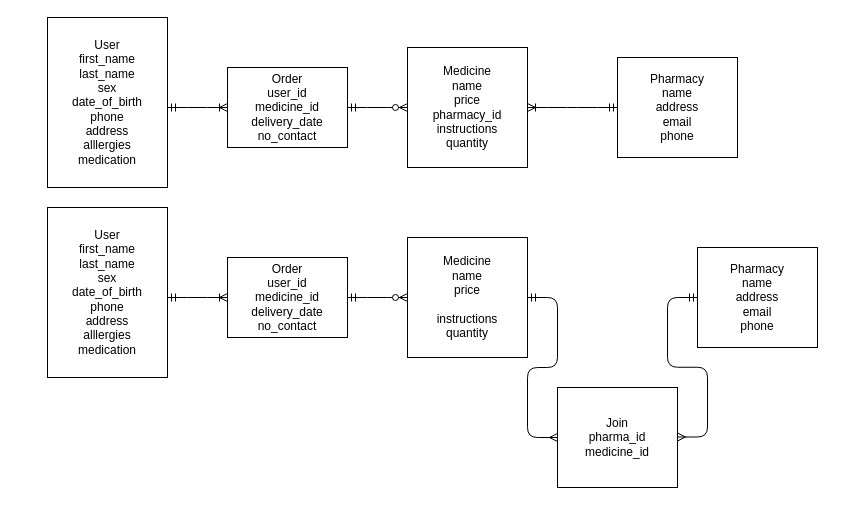
gbenga/mod5-project-backend keeps this draw.io diagram as models.drawio. Above is the earlier version. Source tidied: cells renumbered, new cells numbered last; positions are measured from the earlier drawing's top-left corner, leaving out a move shared by most shapes. Both pictures are drawn from the tidied source at 100%, with x=0, y=0 at pixel (47, 17).
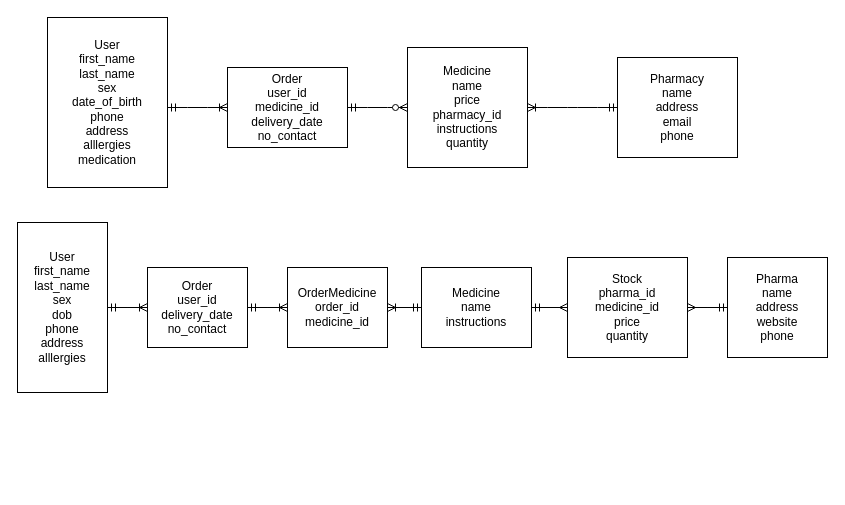
The same page after the edit.

Commit message:
Update models diagram to reflect new relationships

Change to the diagram source:
```diff
@@
-    <mxCell id="9" value="User&lt;br&gt;first_name&lt;br&gt;last_name&lt;br&gt;sex&lt;br&gt;date_of_birth&lt;br&gt;phone&lt;br&gt;address&lt;br&gt;alllergies&lt;br&gt;medication" style="rounded=0;whiteSpace=wrap;html=1;" parent="1" vertex="1">
-      <mxGeometry y="190" width="120" height="170" as="geometry" />
+    <mxCell id="9" value="User&lt;br&gt;first_name&lt;br&gt;last_name&lt;br&gt;sex&lt;br&gt;dob&lt;br&gt;phone&lt;br&gt;address&lt;br&gt;alllergies" style="rounded=0;whiteSpace=wrap;html=1;" parent="1" vertex="1">
+      <mxGeometry x="-30" y="205" width="90" height="170" as="geometry" />
     </mxCell>
-    <mxCell id="10" value="Pharmacy&lt;br&gt;name&lt;br&gt;address&lt;br&gt;email&lt;br&gt;phone" style="rounded=0;whiteSpace=wrap;html=1;" parent="1" vertex="1">
-      <mxGeometry x="650" y="230" width="120" height="100" as="geometry" />
+    <mxCell id="10" value="Pharma&lt;br&gt;name&lt;br&gt;address&lt;br&gt;website&lt;br&gt;phone" style="rounded=0;whiteSpace=wrap;html=1;" parent="1" vertex="1">
+      <mxGeometry x="680" y="240" width="100" height="100" as="geometry" />
     </mxCell>
-    <mxCell id="11" value="Order&lt;br&gt;user_id&lt;br&gt;medicine_id&lt;br&gt;delivery_date&lt;br&gt;no_contact" style="rounded=0;whiteSpace=wrap;html=1;" parent="1" vertex="1">
-      <mxGeometry x="180" y="240" width="120" height="80" as="geometry" />
+    <mxCell id="11" value="Order&lt;br&gt;user_id&lt;br&gt;delivery_date&lt;br&gt;no_contact" style="rounded=0;whiteSpace=wrap;html=1;" parent="1" vertex="1">
+      <mxGeometry x="100" y="250" width="100" height="80" as="geometry" />
     </mxCell>
-    <mxCell id="12" value="Medicine&lt;br&gt;name&lt;br&gt;price&lt;br&gt;&lt;br&gt;instructions&lt;br&gt;quantity" style="rounded=0;whiteSpace=wrap;html=1;" parent="1" vertex="1">
-      <mxGeometry x="360" y="220" width="120" height="120" as="geometry" />
+    <mxCell id="12" value="Medicine&lt;br&gt;name&lt;br&gt;instructions" style="rounded=0;whiteSpace=wrap;html=1;" parent="1" vertex="1">
+      <mxGeometry x="374" y="250" width="110" height="80" as="geometry" />
     </mxCell>
@@
-    <mxCell id="14" style="edgeStyle=entityRelationEdgeStyle;fontSize=12;html=1;endArrow=ERoneToMany;startArrow=ERmandOne;entryX=0;entryY=0.5;entryDx=0;entryDy=0;" parent="1" edge="1" target="11">
-      <mxGeometry relative="1" as="geometry">
-        <mxPoint x="120" y="280" as="sourcePoint" />
-      </mxGeometry>
+    <mxCell id="14" style="edgeStyle=entityRelationEdgeStyle;fontSize=12;html=1;endArrow=ERoneToMany;startArrow=ERmandOne;entryX=0;entryY=0.5;entryDx=0;entryDy=0;exitX=1;exitY=0.5;exitDx=0;exitDy=0;" parent="1" edge="1" source="9" target="11">
+      <mxGeometry relative="1" as="geometry" />
     </mxCell>
-    <mxCell id="15" style="edgeStyle=entityRelationEdgeStyle;fontSize=12;html=1;endArrow=ERzeroToMany;startArrow=ERmandOne;entryX=0;entryY=0.5;entryDx=0;entryDy=0;" parent="1" edge="1" target="12">
-      <mxGeometry relative="1" as="geometry">
-        <mxPoint x="300" y="280" as="sourcePoint" />
-      </mxGeometry>
+    <mxCell id="15" style="edgeStyle=entityRelationEdgeStyle;fontSize=12;html=1;endArrow=ERmandOne;startArrow=ERoneToMany;entryX=0;entryY=0.5;entryDx=0;entryDy=0;exitX=1;exitY=0.5;exitDx=0;exitDy=0;startFill=0;endFill=0;" parent="1" edge="1" source="18" target="12">
+      <mxGeometry relative="1" as="geometry" />
     </mxCell>
-    <mxCell id="16" value="Join&lt;br&gt;pharma_id&lt;br&gt;medicine_id" style="rounded=0;whiteSpace=wrap;html=1;" parent="1" vertex="1">
-      <mxGeometry x="510" y="370" width="120" height="100" as="geometry" />
+    <mxCell id="16" value="Stock&lt;br&gt;pharma_id&lt;br&gt;medicine_id&lt;br&gt;price&lt;br&gt;quantity" style="rounded=0;whiteSpace=wrap;html=1;" parent="1" vertex="1">
+      <mxGeometry x="520" y="240" width="120" height="100" as="geometry" />
     </mxCell>
-    <mxCell id="17" style="edgeStyle=entityRelationEdgeStyle;fontSize=12;html=1;endArrow=ERmandOne;endFill=0;exitX=1;exitY=0.5;exitDx=0;exitDy=0;startArrow=ERmany;startFill=0;entryX=0;entryY=0.5;entryDx=0;entryDy=0;" parent="1" edge="1" target="10">
-      <mxGeometry relative="1" as="geometry">
-        <mxPoint x="630" y="419.5" as="sourcePoint" />
-      </mxGeometry>
+    <mxCell id="17" style="edgeStyle=entityRelationEdgeStyle;fontSize=12;html=1;endArrow=ERmandOne;endFill=0;exitX=1;exitY=0.5;exitDx=0;exitDy=0;startArrow=ERmany;startFill=0;entryX=0;entryY=0.5;entryDx=0;entryDy=0;" parent="1" edge="1" source="16" target="10">
+      <mxGeometry relative="1" as="geometry" />
     </mxCell>
+    <mxCell id="18" value="OrderMedicine&lt;br&gt;order_id&lt;br&gt;medicine_id" style="rounded=0;whiteSpace=wrap;html=1;" parent="1" vertex="1">
+      <mxGeometry x="240" y="250" width="100" height="80" as="geometry" />
+    </mxCell>
+    <mxCell id="19" style="edgeStyle=entityRelationEdgeStyle;fontSize=12;html=1;endArrow=ERoneToMany;startArrow=ERmandOne;entryX=0;entryY=0.5;entryDx=0;entryDy=0;endFill=0;exitX=1;exitY=0.5;exitDx=0;exitDy=0;" parent="1" edge="1" source="11" target="18">
+      <mxGeometry relative="1" as="geometry" />
+    </mxCell>
```
